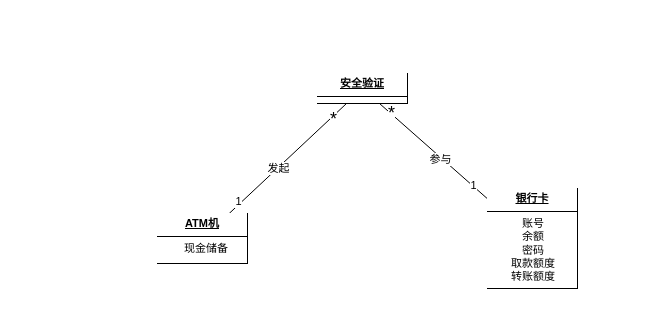
Above: page "第 2 页" (2 of 2) of hw5/src/pic/Analysis.drawio in MojoisMojo/nju_-se2 (draw.io), before the change. Source tidied: cells renumbered, new cells numbered last; positions are measured from the earlier drawing's top-left corner, leaving out a move shared by most shapes. Both pictures are drawn from the tidied source at 100%, with x=0, y=0 at pixel (157, 73).
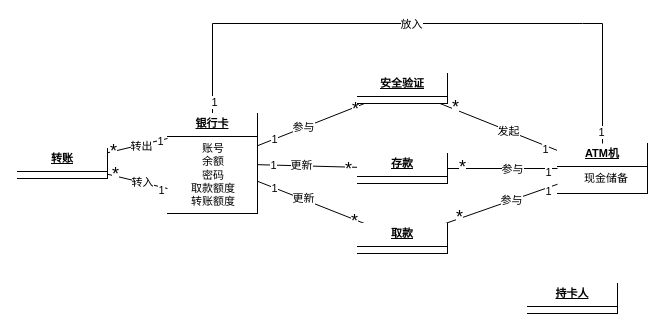
The same diagram, later.

The edit, as a diff of the source:
```diff
@@
     <mxCell id="10" value="&lt;p style=&quot;margin: 4px 0px 0px; text-decoration: underline;&quot;&gt;&lt;b&gt;ATM机&lt;/b&gt;&lt;/p&gt;&lt;hr size=&quot;1&quot; style=&quot;text-align: left; border-style: solid;&quot;&gt;&lt;p style=&quot;margin: 0px 0px 0px 8px;&quot;&gt;现金储备&lt;br&gt;&lt;/p&gt;" style="verticalAlign=top;align=center;overflow=fill;html=1;whiteSpace=wrap;fontFamily=Helvetica;fontSize=11;fontColor=default;labelBackgroundColor=default;" parent="1" vertex="1">
-      <mxGeometry y="140" width="90" height="50" as="geometry" />
+      <mxGeometry x="400" y="70" width="90" height="50" as="geometry" />
     </mxCell>
+    <mxCell id="13" style="edgeStyle=orthogonalEdgeStyle;rounded=0;jettySize=auto;html=1;strokeColor=default;align=center;verticalAlign=middle;fontFamily=Helvetica;fontSize=11;fontColor=default;labelBackgroundColor=default;endArrow=none;endFill=0;" parent="1" edge="1" source="11" target="10">
+      <mxGeometry relative="1" as="geometry">
+        <Array as="points">
+          <mxPoint x="425" y="-50" />
+          <mxPoint x="-25" y="-50" />
+        </Array>
+      </mxGeometry>
+    </mxCell>
+    <mxCell id="14" value="放入" style="edgeLabel;html=1;align=center;verticalAlign=middle;fontFamily=Helvetica;fontSize=11;fontColor=default;labelBackgroundColor=default;" parent="13" vertex="1">
+      <mxGeometry x="-0.04" relative="1" as="geometry" />
+    </mxCell>
+    <mxCell id="15" value="1" style="edgeLabel;html=1;align=center;verticalAlign=middle;fontFamily=Helvetica;fontSize=11;fontColor=default;labelBackgroundColor=default;" parent="13" vertex="1">
+      <mxGeometry x="0.96" y="-2" relative="1" as="geometry" />
+    </mxCell>
+    <mxCell id="16" value="1" style="edgeLabel;html=1;align=center;verticalAlign=middle;fontFamily=Helvetica;fontSize=11;fontColor=default;labelBackgroundColor=default;" parent="13" vertex="1">
+      <mxGeometry x="-0.96" y="-1" relative="1" as="geometry" />
+    </mxCell>
     <mxCell id="11" value="&lt;p style=&quot;margin: 4px 0px 0px; text-decoration: underline;&quot;&gt;&lt;b&gt;银行卡&lt;/b&gt;&lt;/p&gt;&lt;hr size=&quot;1&quot; style=&quot;text-align: left; border-style: solid;&quot;&gt;&lt;p style=&quot;margin: 0px 0px 0px 8px;&quot;&gt;账号&amp;nbsp;&amp;nbsp;&lt;/p&gt;&lt;p style=&quot;margin: 0px 0px 0px 8px;&quot;&gt;&lt;span style=&quot;&quot;&gt;余额&amp;nbsp;&amp;nbsp;&lt;/span&gt;&lt;/p&gt;&lt;p style=&quot;margin: 0px 0px 0px 8px;&quot;&gt;&lt;span style=&quot;&quot;&gt;密码&amp;nbsp;&amp;nbsp;&lt;/span&gt;&lt;/p&gt;&lt;p style=&quot;margin: 0px 0px 0px 8px;&quot;&gt;&lt;span style=&quot;&quot;&gt;取款额度&amp;nbsp;&amp;nbsp;&lt;br&gt;&lt;/span&gt;&lt;/p&gt;&lt;p style=&quot;margin: 0px 0px 0px 8px;&quot;&gt;&lt;span style=&quot;&quot;&gt;转账额度&amp;nbsp;&amp;nbsp;&lt;/span&gt;&lt;/p&gt;" style="verticalAlign=top;align=center;overflow=fill;html=1;whiteSpace=wrap;fontFamily=Helvetica;fontSize=11;fontColor=default;labelBackgroundColor=default;" parent="1" vertex="1">
-      <mxGeometry x="330" y="115" width="90" height="100" as="geometry" />
+      <mxGeometry x="10" y="40" width="90" height="100" as="geometry" />
     </mxCell>
     <mxCell id="12" value="&lt;p style=&quot;text-decoration-line: underline; margin: 4px 0px 0px;&quot;&gt;&lt;b&gt;安全验证&lt;/b&gt;&lt;/p&gt;&lt;hr style=&quot;text-align: left; border-style: solid;&quot; size=&quot;1&quot;&gt;&lt;p style=&quot;margin: 0px 0px 0px 8px;&quot;&gt;&amp;nbsp;&lt;/p&gt;" style="verticalAlign=top;align=center;overflow=fill;html=1;whiteSpace=wrap;fontFamily=Helvetica;fontSize=11;fontColor=default;labelBackgroundColor=default;" parent="1" vertex="1">
-      <mxGeometry x="160" width="90" height="30" as="geometry" />
+      <mxGeometry x="200" width="90" height="30" as="geometry" />
     </mxCell>
+    <mxCell id="17" style="edgeStyle=none;rounded=0;jettySize=auto;html=1;strokeColor=default;align=center;verticalAlign=middle;fontFamily=Helvetica;fontSize=11;fontColor=default;labelBackgroundColor=default;endArrow=none;endFill=0;" parent="1" edge="1" source="11" target="25">
+      <mxGeometry relative="1" as="geometry" />
+    </mxCell>
+    <mxCell id="18" value="更新" style="edgeLabel;html=1;align=center;verticalAlign=middle;fontFamily=Helvetica;fontSize=11;fontColor=default;labelBackgroundColor=default;" parent="17" vertex="1">
+      <mxGeometry x="-0.14" y="1" relative="1" as="geometry" />
+    </mxCell>
+    <mxCell id="19" value="&lt;font style=&quot;font-size: 18px;&quot;&gt;*&lt;/font&gt;" style="edgeLabel;html=1;align=center;verticalAlign=middle;fontFamily=Helvetica;fontSize=11;fontColor=default;labelBackgroundColor=default;" parent="17" vertex="1">
+      <mxGeometry x="0.81" y="-1" relative="1" as="geometry">
+        <mxPoint y="1" as="offset" />
+      </mxGeometry>
+    </mxCell>
+    <mxCell id="20" value="1" style="edgeLabel;html=1;align=center;verticalAlign=middle;fontFamily=Helvetica;fontSize=11;fontColor=default;labelBackgroundColor=default;" parent="17" vertex="1">
+      <mxGeometry x="-0.71" relative="1" as="geometry">
+        <mxPoint x="1" as="offset" />
+      </mxGeometry>
+    </mxCell>
+    <mxCell id="21" style="edgeStyle=none;rounded=0;jettySize=auto;html=1;strokeColor=default;align=center;verticalAlign=middle;fontFamily=Helvetica;fontSize=11;fontColor=default;labelBackgroundColor=default;endArrow=none;endFill=0;" parent="1" edge="1" source="10" target="25">
+      <mxGeometry relative="1" as="geometry" />
+    </mxCell>
+    <mxCell id="22" value="参与" style="edgeLabel;html=1;align=center;verticalAlign=middle;fontFamily=Helvetica;fontSize=11;fontColor=default;labelBackgroundColor=default;" parent="21" vertex="1">
+      <mxGeometry x="-0.17" relative="1" as="geometry" />
+    </mxCell>
+    <mxCell id="23" value="1" style="edgeLabel;html=1;align=center;verticalAlign=middle;fontFamily=Helvetica;fontSize=11;fontColor=default;labelBackgroundColor=default;" parent="21" vertex="1">
+      <mxGeometry x="-0.81" y="3" relative="1" as="geometry" />
+    </mxCell>
+    <mxCell id="24" value="&lt;font style=&quot;font-size: 18px;&quot;&gt;*&lt;/font&gt;" style="edgeLabel;html=1;align=center;verticalAlign=middle;fontFamily=Helvetica;fontSize=11;fontColor=default;labelBackgroundColor=default;" parent="21" vertex="1">
+      <mxGeometry x="0.75" y="-2" relative="1" as="geometry" />
+    </mxCell>
+    <mxCell id="25" value="&lt;p style=&quot;text-decoration-line: underline; margin: 4px 0px 0px;&quot;&gt;&lt;b&gt;存款&lt;/b&gt;&lt;/p&gt;&lt;hr style=&quot;text-align: left; border-style: solid;&quot; size=&quot;1&quot;&gt;&lt;p style=&quot;margin: 0px 0px 0px 8px;&quot;&gt;&amp;nbsp;&lt;/p&gt;" style="verticalAlign=top;align=center;overflow=fill;html=1;whiteSpace=wrap;fontFamily=Helvetica;fontSize=11;fontColor=default;labelBackgroundColor=default;" parent="1" vertex="1">
+      <mxGeometry x="200" y="80" width="90" height="30" as="geometry" />
+    </mxCell>
+    <mxCell id="26" style="edgeStyle=none;rounded=0;jettySize=auto;html=1;strokeColor=default;align=center;verticalAlign=middle;fontFamily=Helvetica;fontSize=11;fontColor=default;labelBackgroundColor=default;endArrow=none;endFill=0;" parent="1" edge="1" source="11" target="34">
+      <mxGeometry relative="1" as="geometry" />
+    </mxCell>
+    <mxCell id="27" value="更新" style="edgeLabel;html=1;align=center;verticalAlign=middle;fontFamily=Helvetica;fontSize=11;fontColor=default;labelBackgroundColor=default;" parent="26" vertex="1">
+      <mxGeometry x="-0.14" y="1" relative="1" as="geometry" />
+    </mxCell>
+    <mxCell id="28" value="&lt;font style=&quot;font-size: 18px;&quot;&gt;*&lt;/font&gt;" style="edgeLabel;html=1;align=center;verticalAlign=middle;fontFamily=Helvetica;fontSize=11;fontColor=default;labelBackgroundColor=default;" parent="26" vertex="1">
+      <mxGeometry x="0.81" y="-1" relative="1" as="geometry">
+        <mxPoint y="1" as="offset" />
+      </mxGeometry>
+    </mxCell>
+    <mxCell id="29" value="1" style="edgeLabel;html=1;align=center;verticalAlign=middle;fontFamily=Helvetica;fontSize=11;fontColor=default;labelBackgroundColor=default;" parent="26" vertex="1">
+      <mxGeometry x="-0.71" relative="1" as="geometry">
+        <mxPoint x="1" as="offset" />
+      </mxGeometry>
+    </mxCell>
+    <mxCell id="30" style="edgeStyle=none;rounded=0;jettySize=auto;html=1;strokeColor=default;align=center;verticalAlign=middle;fontFamily=Helvetica;fontSize=11;fontColor=default;labelBackgroundColor=default;endArrow=none;endFill=0;" parent="1" edge="1" source="10" target="34">
+      <mxGeometry relative="1" as="geometry" />
+    </mxCell>
+    <mxCell id="31" value="参与" style="edgeLabel;html=1;align=center;verticalAlign=middle;fontFamily=Helvetica;fontSize=11;fontColor=default;labelBackgroundColor=default;" parent="30" vertex="1">
+      <mxGeometry x="-0.17" relative="1" as="geometry" />
+    </mxCell>
+    <mxCell id="32" value="1" style="edgeLabel;html=1;align=center;verticalAlign=middle;fontFamily=Helvetica;fontSize=11;fontColor=default;labelBackgroundColor=default;" parent="30" vertex="1">
+      <mxGeometry x="-0.81" y="3" relative="1" as="geometry" />
+    </mxCell>
+    <mxCell id="33" value="&lt;font style=&quot;font-size: 18px;&quot;&gt;*&lt;/font&gt;" style="edgeLabel;html=1;align=center;verticalAlign=middle;fontFamily=Helvetica;fontSize=11;fontColor=default;labelBackgroundColor=default;" parent="30" vertex="1">
+      <mxGeometry x="0.75" y="-2" relative="1" as="geometry" />
+    </mxCell>
+    <mxCell id="34" value="&lt;p style=&quot;text-decoration-line: underline; margin: 4px 0px 0px;&quot;&gt;&lt;b&gt;取款&lt;/b&gt;&lt;/p&gt;&lt;hr style=&quot;text-align: left; border-style: solid;&quot; size=&quot;1&quot;&gt;&lt;p style=&quot;margin: 0px 0px 0px 8px;&quot;&gt;&amp;nbsp;&lt;/p&gt;" style="verticalAlign=top;align=center;overflow=fill;html=1;whiteSpace=wrap;fontFamily=Helvetica;fontSize=11;fontColor=default;labelBackgroundColor=default;" parent="1" vertex="1">
+      <mxGeometry x="200" y="150" width="90" height="30" as="geometry" />
+    </mxCell>
+    <mxCell id="35" style="edgeStyle=none;rounded=0;jettySize=auto;html=1;strokeColor=default;align=center;verticalAlign=middle;fontFamily=Helvetica;fontSize=11;fontColor=default;labelBackgroundColor=default;endArrow=none;endFill=0;exitX=0;exitY=0.25;exitDx=0;exitDy=0;" parent="1" edge="1" source="11" target="43">
+      <mxGeometry relative="1" as="geometry" />
+    </mxCell>
+    <mxCell id="36" value="转出" style="edgeLabel;html=1;align=center;verticalAlign=middle;fontFamily=Helvetica;fontSize=11;fontColor=default;labelBackgroundColor=default;" parent="35" vertex="1">
+      <mxGeometry x="-0.14" y="1" relative="1" as="geometry" />
+    </mxCell>
+    <mxCell id="37" value="&lt;font style=&quot;font-size: 18px;&quot;&gt;*&lt;/font&gt;" style="edgeLabel;html=1;align=center;verticalAlign=middle;fontFamily=Helvetica;fontSize=11;fontColor=default;labelBackgroundColor=default;" parent="35" vertex="1">
+      <mxGeometry x="0.81" y="-1" relative="1" as="geometry">
+        <mxPoint y="1" as="offset" />
+      </mxGeometry>
+    </mxCell>
+    <mxCell id="38" value="1" style="edgeLabel;html=1;align=center;verticalAlign=middle;fontFamily=Helvetica;fontSize=11;fontColor=default;labelBackgroundColor=default;" parent="35" vertex="1">
+      <mxGeometry x="-0.71" relative="1" as="geometry">
+        <mxPoint x="1" as="offset" />
+      </mxGeometry>
+    </mxCell>
+    <mxCell id="39" style="edgeStyle=none;rounded=0;jettySize=auto;html=1;strokeColor=default;align=center;verticalAlign=middle;fontFamily=Helvetica;fontSize=11;fontColor=default;labelBackgroundColor=default;endArrow=none;endFill=0;exitX=0;exitY=0.75;exitDx=0;exitDy=0;" parent="1" edge="1" source="11" target="43">
+      <mxGeometry relative="1" as="geometry" />
+    </mxCell>
+    <mxCell id="40" value="转入" style="edgeLabel;html=1;align=center;verticalAlign=middle;fontFamily=Helvetica;fontSize=11;fontColor=default;labelBackgroundColor=default;" parent="39" vertex="1">
+      <mxGeometry x="-0.17" relative="1" as="geometry" />
+    </mxCell>
+    <mxCell id="41" value="1" style="edgeLabel;html=1;align=center;verticalAlign=middle;fontFamily=Helvetica;fontSize=11;fontColor=default;labelBackgroundColor=default;" parent="39" vertex="1">
+      <mxGeometry x="-0.81" y="3" relative="1" as="geometry" />
+    </mxCell>
+    <mxCell id="42" value="&lt;font style=&quot;font-size: 18px;&quot;&gt;*&lt;/font&gt;" style="edgeLabel;html=1;align=center;verticalAlign=middle;fontFamily=Helvetica;fontSize=11;fontColor=default;labelBackgroundColor=default;" parent="39" vertex="1">
+      <mxGeometry x="0.75" y="-2" relative="1" as="geometry" />
+    </mxCell>
+    <mxCell id="43" value="&lt;p style=&quot;text-decoration-line: underline; margin: 4px 0px 0px;&quot;&gt;&lt;b&gt;转账&lt;/b&gt;&lt;/p&gt;&lt;hr style=&quot;text-align: left; border-style: solid;&quot; size=&quot;1&quot;&gt;&lt;p style=&quot;margin: 0px 0px 0px 8px;&quot;&gt;&amp;nbsp;&lt;/p&gt;" style="verticalAlign=top;align=center;overflow=fill;html=1;whiteSpace=wrap;fontFamily=Helvetica;fontSize=11;fontColor=default;labelBackgroundColor=default;" parent="1" vertex="1">
+      <mxGeometry x="-140" y="75" width="90" height="30" as="geometry" />
+    </mxCell>
+    <mxCell id="44" value="&lt;p style=&quot;margin: 4px 0px 0px; text-decoration: underline;&quot;&gt;&lt;b&gt;持卡人&lt;/b&gt;&lt;/p&gt;&lt;hr size=&quot;1&quot; style=&quot;text-align: left; border-style: solid;&quot;&gt;&lt;p style=&quot;margin: 0px 0px 0px 8px;&quot;&gt;&lt;br&gt;&lt;/p&gt;" style="verticalAlign=top;align=center;overflow=fill;html=1;whiteSpace=wrap;fontFamily=Helvetica;fontSize=11;fontColor=default;labelBackgroundColor=default;" parent="1" vertex="1">
+      <mxGeometry x="370" y="210" width="90" height="30" as="geometry" />
+    </mxCell>
```
